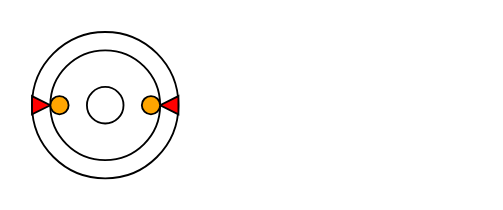
Above: Untitled Diagram.drawio in BobbyESP/hackingcrashing (draw.io), before the change. Source tidied: cells renumbered, new cells numbered last; positions are measured from the earlier drawing's top-left corner, leaving out a move shared by most shapes. Both pictures are drawn from the tidied source at 183%, with x=0, y=0 at pixel (31, 31).
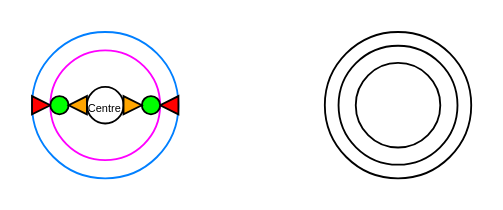
After the change.

Change to the diagram source:
```diff
@@
 <mxGraphModel>
   <root>
     <mxCell id="0" />
     <mxCell id="1" parent="0" />
-    <mxCell id="2" style="ellipse;whiteSpace=wrap;html=1;" parent="1" vertex="1">
+    <mxCell id="2" style="ellipse;whiteSpace=wrap;html=1;strokeColor=#007FFF;" parent="1" vertex="1">
       <mxGeometry width="80" height="80" as="geometry" />
     </mxCell>
-    <mxCell id="3" style="ellipse;whiteSpace=wrap;html=1;" parent="1" vertex="1">
+    <mxCell id="3" style="ellipse;whiteSpace=wrap;html=1;strokeColor=#FF00FF;" parent="1" vertex="1">
       <mxGeometry x="10" y="10" width="60" height="60" as="geometry" />
     </mxCell>
     <mxCell id="4" style="ellipse;whiteSpace=wrap;html=1;" parent="1" vertex="1">
       <mxGeometry x="30" y="30" width="20" height="20" as="geometry" />
     </mxCell>
     <mxCell id="5" style="triangle;whiteSpace=wrap;html=1;fillColor=#FF0000;" parent="1" vertex="1">
       <mxGeometry y="35" width="10" height="10" as="geometry" />
     </mxCell>
     <mxCell id="6" style="triangle;whiteSpace=wrap;html=1;rotation=-180;fillColor=#FF0000;" parent="1" vertex="1">
       <mxGeometry x="70" y="35" width="10" height="10" as="geometry" />
     </mxCell>
-    <mxCell id="7" style="ellipse;whiteSpace=wrap;html=1;fillColor=#FFA500;" parent="1" vertex="1">
+    <mxCell id="7" style="ellipse;whiteSpace=wrap;html=1;fillColor=#00FF00;" parent="1" vertex="1">
       <mxGeometry x="60" y="35" width="10" height="10" as="geometry" />
     </mxCell>
-    <mxCell id="8" style="ellipse;whiteSpace=wrap;html=1;fillColor=#FFA500;" parent="1" vertex="1">
+    <mxCell id="8" style="ellipse;whiteSpace=wrap;html=1;fillColor=#00FF00;" parent="1" vertex="1">
       <mxGeometry x="10" y="35" width="10" height="10" as="geometry" />
     </mxCell>
+    <mxCell id="9" style="triangle;whiteSpace=wrap;html=1;rotation=-180;fillColor=#FFA500;" parent="1" vertex="1">
+      <mxGeometry x="20" y="35" width="10" height="10" as="geometry" />
+    </mxCell>
+    <mxCell id="10" style="triangle;whiteSpace=wrap;html=1;fillColor=#FFA500;" parent="1" vertex="1">
+      <mxGeometry x="50" y="35" width="10" height="10" as="geometry" />
+    </mxCell>
+    <mxCell id="11" value="&lt;font style=&quot;font-size: 6px&quot;&gt;Centre&lt;/font&gt;" style="text;html=1;strokeColor=none;fillColor=none;align=center;verticalAlign=middle;whiteSpace=wrap;rounded=0;" parent="1" vertex="1">
+      <mxGeometry x="28" y="35" width="24" height="10" as="geometry" />
+    </mxCell>
+    <mxCell id="12" style="ellipse;whiteSpace=wrap;html=1;fillColor=#FFFFFF;" parent="1" vertex="1">
+      <mxGeometry x="160" width="80" height="80" as="geometry" />
+    </mxCell>
+    <mxCell id="13" style="ellipse;whiteSpace=wrap;html=1;fillColor=#FFFFFF;" parent="1" vertex="1">
+      <mxGeometry x="167.5" y="7.5" width="65" height="65" as="geometry" />
+    </mxCell>
+    <mxCell id="14" style="ellipse;whiteSpace=wrap;html=1;fillColor=#FFFFFF;" parent="1" vertex="1">
+      <mxGeometry x="176.9" y="16.9" width="46.2" height="46.2" as="geometry" />
+    </mxCell>
   </root>
 </mxGraphModel>
```
